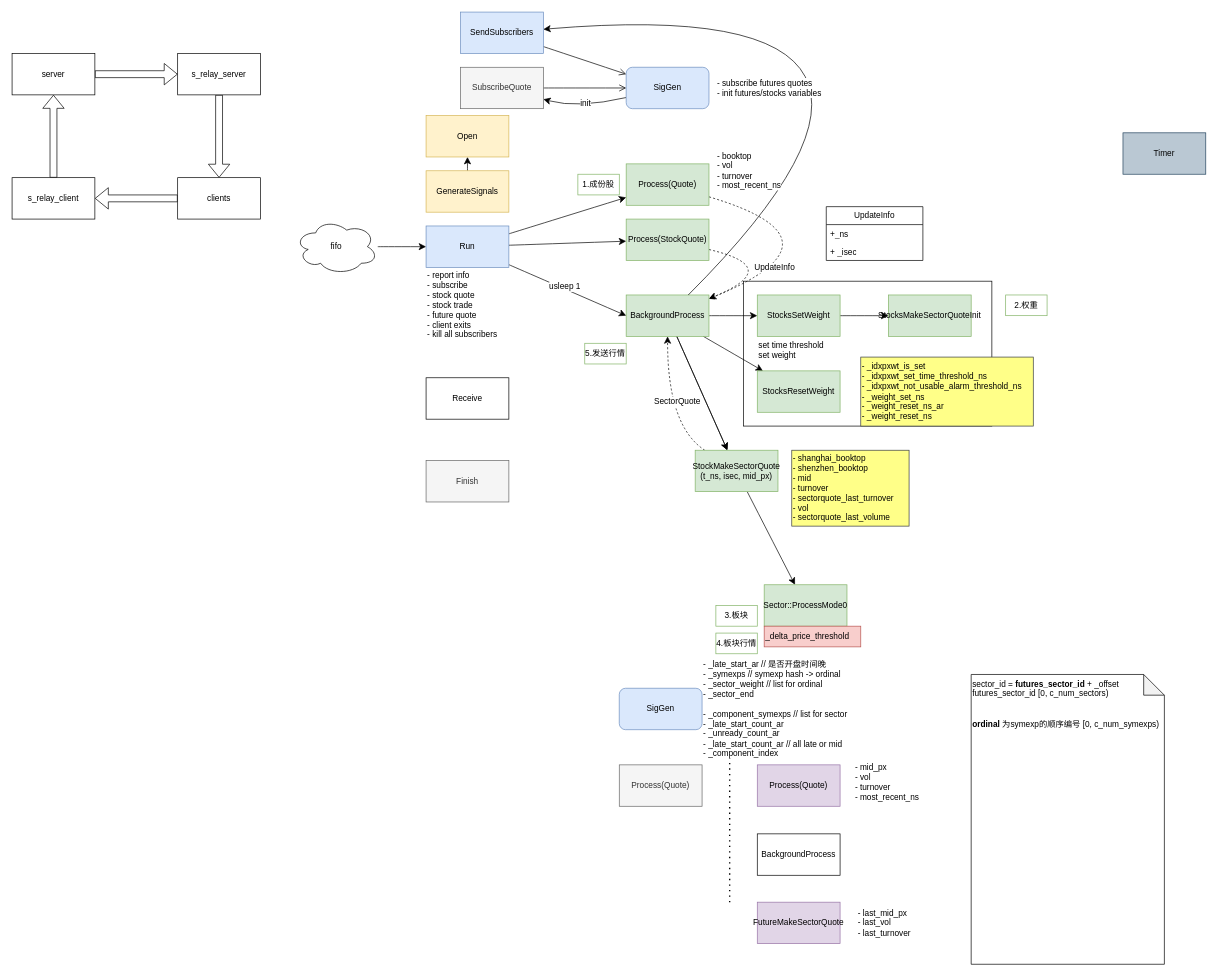
This is page "siggen" (2 of 2) of tongdengfund/trader.drawio from mistyeye11/drawio, a draw.io file, before an edit. Source tidied: cells renumbered, new cells numbered last; positions are measured from the earlier drawing's top-left corner, leaving out a move shared by most shapes. Both pictures are drawn from the tidied source at 69%, with x=0, y=0 at pixel (12, -9).
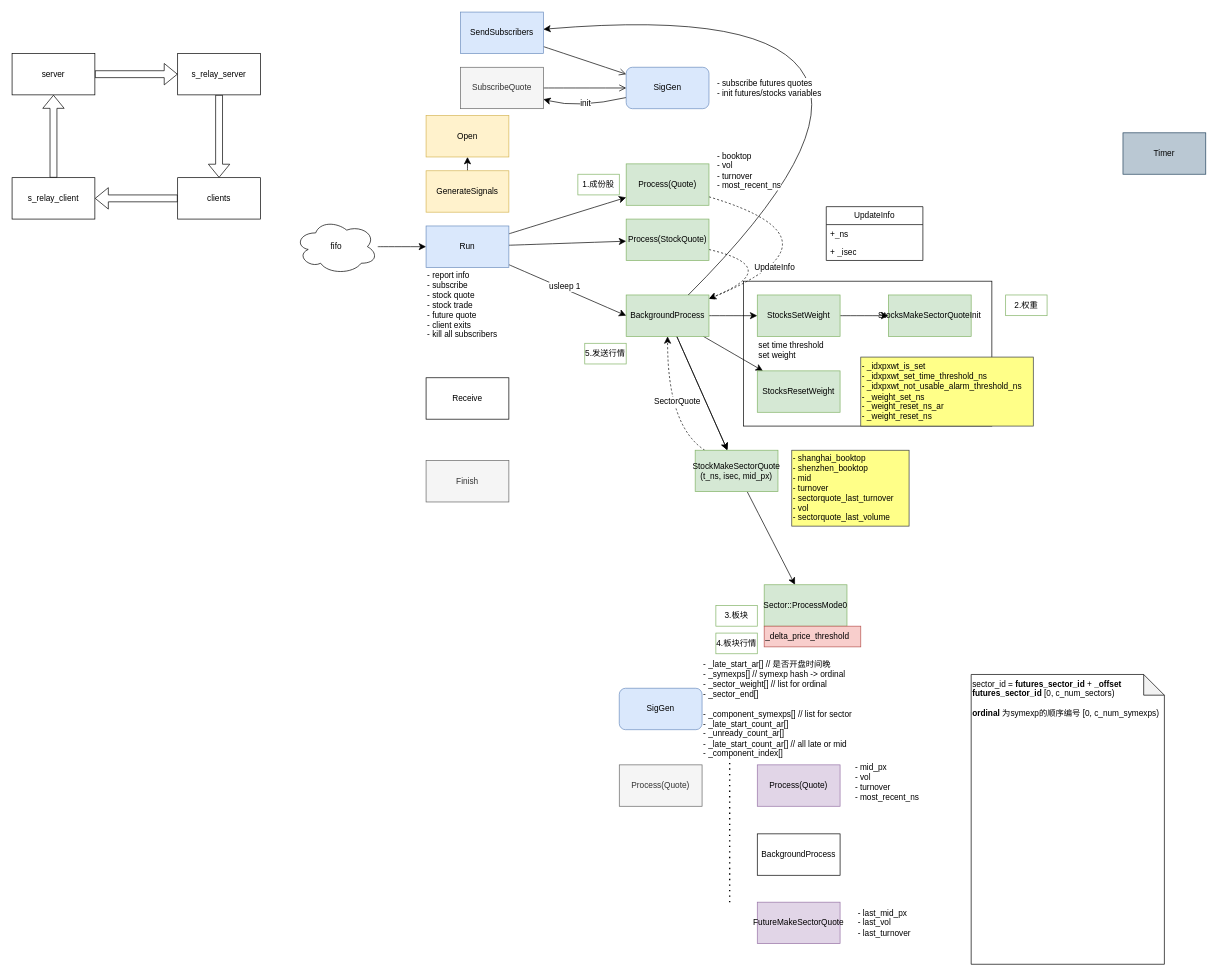
After the change.

What changed in the source:
```diff
@@
     <mxCell id="74" style="group;" parent="1" vertex="1">
-      <mxGeometry x="880" y="1010" width="350" height="110" as="geometry" />
+      <mxGeometry x="880" y="1010" width="360" height="110" as="geometry" />
     </mxCell>
@@
-    <mxCell id="76" value="&lt;div&gt;- _late_start_ar // 是否开盘时间晚&lt;br&gt;&lt;/div&gt;&lt;div&gt;- _symexps // symexp hash -&amp;gt; ordinal&lt;/div&gt;&lt;div&gt;- _sector_weight // list for ordinal&lt;br&gt;&lt;/div&gt;&lt;div&gt;- _sector_end&lt;/div&gt;&lt;div&gt;&lt;br&gt;&lt;/div&gt;&lt;div&gt;- _component_symexps // list for sector&lt;/div&gt;&lt;div&gt;- _late_start_count_ar&lt;/div&gt;&lt;div&gt;- _unready_count_ar&lt;/div&gt;&lt;div&gt;- _late_start_count_ar // all late or mid&lt;/div&gt;&lt;div&gt;- _component_index&lt;br&gt;&lt;/div&gt;" style="text;html=1;align=left;verticalAlign=middle;strokeColor=none;fillColor=none;fontSize=12;fontFamily=Helvetica;fontColor=default;labelBackgroundColor=default;" parent="74" vertex="1">
-      <mxGeometry x="120" y="-50" width="230" height="160" as="geometry" />
+    <mxCell id="76" value="&lt;div&gt;- _late_start_ar[] // 是否开盘时间晚&lt;br&gt;&lt;/div&gt;&lt;div&gt;- _symexps[] // symexp hash -&amp;gt; ordinal&lt;/div&gt;&lt;div&gt;- _sector_weight[] // list for ordinal&lt;br&gt;&lt;/div&gt;&lt;div&gt;- _sector_end[]&lt;/div&gt;&lt;div&gt;&lt;br&gt;&lt;/div&gt;&lt;div&gt;- _component_symexps[] // list for sector&lt;/div&gt;&lt;div&gt;- _late_start_count_ar[]&lt;/div&gt;&lt;div&gt;- _unready_count_ar[]&lt;/div&gt;&lt;div&gt;- _late_start_count_ar[] // all late or mid&lt;/div&gt;&lt;div&gt;- _component_index[]&lt;br&gt;&lt;/div&gt;" style="text;html=1;align=left;verticalAlign=middle;strokeColor=none;fillColor=none;fontSize=12;fontFamily=Helvetica;fontColor=default;labelBackgroundColor=default;" parent="74" vertex="1">
+      <mxGeometry x="120" y="-50" width="240" height="160" as="geometry" />
     </mxCell>
-    <mxCell id="77" value="&lt;div&gt;sector_id = &lt;b&gt;futures_sector_id&lt;/b&gt; + _offset&lt;/div&gt;&lt;div&gt;futures_sector_id [0, c_num_sectors)&lt;br&gt;&lt;/div&gt;&lt;div&gt;&lt;br&gt;&lt;/div&gt;&lt;div&gt;&lt;br&gt;&lt;/div&gt;&lt;div&gt;&lt;b&gt;ordinal&lt;/b&gt; 为symexp的顺序编号 [0, c_num_symexps)&lt;/div&gt;&lt;div&gt;&lt;br&gt;&lt;/div&gt;&lt;div&gt;&lt;br&gt;&lt;/div&gt;" style="shape=note;whiteSpace=wrap;html=1;backgroundOutline=1;darkOpacity=0.05;align=left;verticalAlign=top;" parent="1" vertex="1">
+    <mxCell id="77" value="&lt;div&gt;sector_id = &lt;b&gt;futures_sector_id&lt;/b&gt; + &lt;b&gt;_offset&lt;/b&gt;&lt;/div&gt;&lt;div&gt;&lt;b&gt;futures_sector_id&lt;/b&gt; [0, c_num_sectors)&lt;br&gt;&lt;/div&gt;&lt;div&gt;&lt;br&gt;&lt;/div&gt;&lt;div&gt;&lt;b&gt;ordinal&lt;/b&gt; 为symexp的顺序编号 [0, c_num_symexps)&lt;/div&gt;&lt;div&gt;&lt;br&gt;&lt;/div&gt;&lt;div&gt;&lt;br&gt;&lt;/div&gt;" style="shape=note;whiteSpace=wrap;html=1;backgroundOutline=1;darkOpacity=0.05;align=left;verticalAlign=top;" parent="1" vertex="1">
       <mxGeometry x="1390" y="990" width="280" height="420" as="geometry" />
     </mxCell>
```
